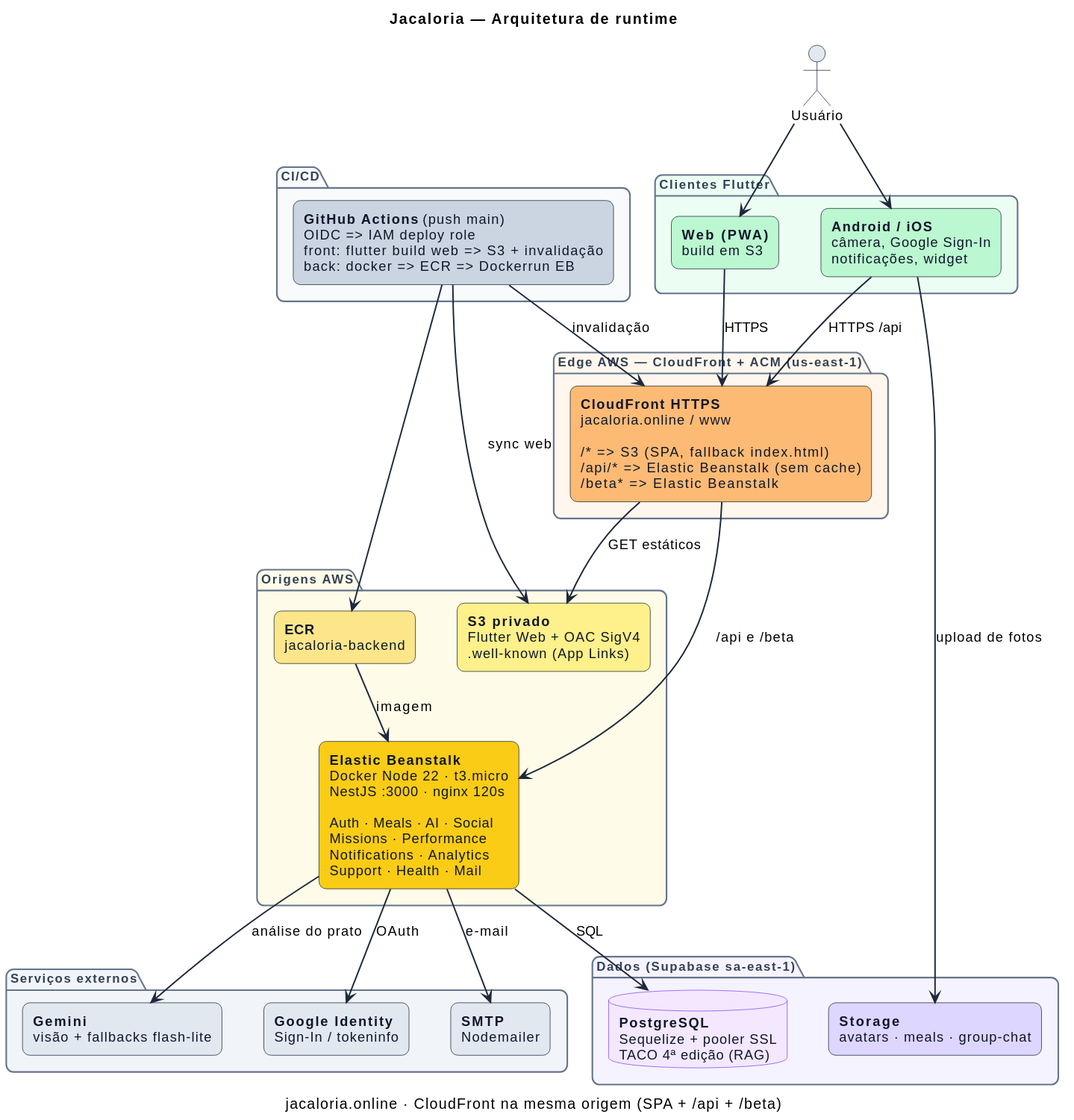
Before: docs/architecture.svg, a diagram exported from PlantUML (israelhub/JacalorIA-CONTADOR-DE-CALORIAS). Its diagram source:
```plantuml
@startuml
title Jacaloria — Arquitetura de runtime
caption jacaloria.online · CloudFront na mesma origem (SPA + /api + /beta)

skinparam shadowing false
skinparam roundCorner 14
skinparam defaultFontSize 13
skinparam ArrowColor #1E293B
skinparam ArrowThickness 1.4
skinparam nodesep 40
skinparam ranksep 50

skinparam rectangle {
  BorderColor #0F172A
  FontColor #0F172A
}
skinparam package {
  BackgroundColor #F8FAFC
  BorderColor #64748B
  FontColor #334155
  FontStyle bold
  FontSize 12
}
skinparam database {
  BackgroundColor #F3E8FF
  BorderColor #7C3AED
  FontColor #0F172A
}
skinparam actor {
  BackgroundColor #E2E8F0
  BorderColor #0F172A
}

actor "Usuário" as user

package "Clientes Flutter" as clientes #ECFDF3 {
  rectangle "**Web (PWA)**\nbuild em S3" as web #BBF7D0
  rectangle "**Android / iOS**\ncâmera, Google Sign-In\nnotificações, widget" as mobile #BBF7D0
}

package "Edge AWS — CloudFront + ACM (us-east-1)" as edge #FFF7ED {
  rectangle "**CloudFront HTTPS**\njacaloria.online / www\n\n/*  =>  S3 (SPA, fallback index.html)\n/api/*  =>  Elastic Beanstalk (sem cache)\n/beta*  =>  Elastic Beanstalk" as cf #FDBA74
}

package "Origens AWS" as aws #FEFCE8 {
  rectangle "**S3 privado**\nFlutter Web + OAC SigV4\n.well-known (App Links)" as s3 #FEF08A
  rectangle "**Elastic Beanstalk**\nDocker Node 22 · t3.micro\nNestJS :3000 · nginx 120s\n\nAuth · Meals · AI · Social\nMissions · Performance\nNotifications · Analytics\nSupport · Health · Mail" as eb #FACC15
  rectangle "**ECR**\njacaloria-backend" as ecr #FDE68A
}

package "Dados (Supabase sa-east-1)" as data #F5F3FF {
  database "**PostgreSQL**\nSequelize + pooler SSL\nTACO 4ª edição (RAG)" as pg
  rectangle "**Storage**\navatars · meals · group-chat" as storage #DDD6FE
}

package "Serviços externos" as ext #F1F5F9 {
  rectangle "**Gemini**\nvisão + fallbacks flash-lite" as gemini #E2E8F0
  rectangle "**Google Identity**\nSign-In / tokeninfo" as google #E2E8F0
  rectangle "**SMTP**\nNodemailer" as smtp #E2E8F0
}

package "CI/CD" as cicd #F8FAFC {
  rectangle "**GitHub Actions** (push main)\nOIDC => IAM deploy role\nfront: flutter build web => S3 + invalidação\nback: docker => ECR => Dockerrun EB" as gha #CBD5E1
}

user --> web
user --> mobile

web -down-> cf : HTTPS
mobile -down-> cf : HTTPS /api
mobile -down-> storage : upload de fotos

cf -down-> s3 : GET estáticos
cf -down-> eb : /api e /beta

eb -down-> pg : SQL
eb -down-> gemini : análise do prato
eb -down-> google : OAuth
eb -down-> smtp : e-mail

gha -down-> ecr
ecr -down-> eb : imagem
gha -down-> s3 : sync web
gha -down-> cf : invalidação
@enduml
```
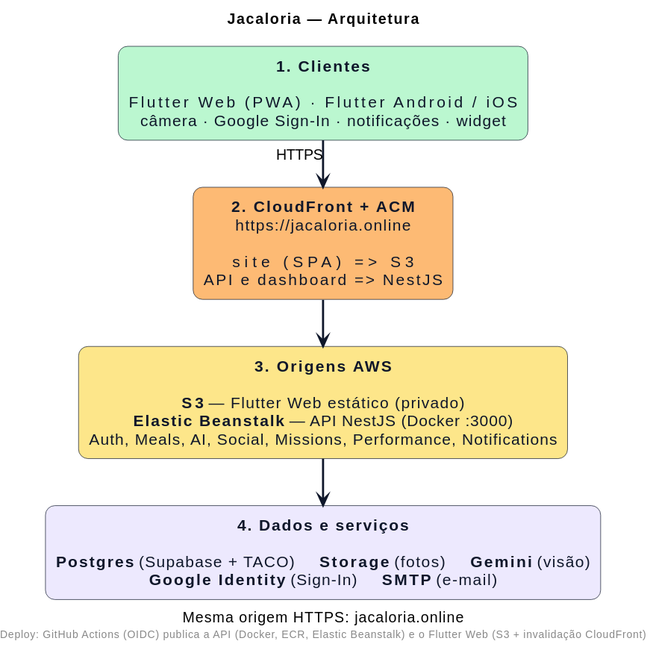
Later version of the same file.

Commit message:
docs: simplifica o diagrama de arquitetura em 4 camadas

Diff of the diagram source:
```diff
@@ -1,85 +1,35 @@
 @startuml
-title Jacaloria — Arquitetura de runtime
-caption jacaloria.online · CloudFront na mesma origem (SPA + /api + /beta)
+title Jacaloria — Arquitetura
+caption Mesma origem HTTPS: jacaloria.online
+footer Deploy: GitHub Actions (OIDC) publica a API (Docker, ECR, Elastic Beanstalk) e o Flutter Web (S3 + invalidação CloudFront)
 
 skinparam shadowing false
-skinparam roundCorner 14
-skinparam defaultFontSize 13
-skinparam ArrowColor #1E293B
-skinparam ArrowThickness 1.4
-skinparam nodesep 40
-skinparam ranksep 50
+skinparam roundCorner 18
+skinparam defaultFontSize 15
+skinparam defaultTextAlignment center
+skinparam ArrowColor #0F172A
+skinparam ArrowThickness 2
+skinparam ArrowFontSize 14
+skinparam ranksep 45
+skinparam linetype ortho
 
 skinparam rectangle {
   BorderColor #0F172A
   FontColor #0F172A
-}
-skinparam package {
-  BackgroundColor #F8FAFC
-  BorderColor #64748B
-  FontColor #334155
-  FontStyle bold
-  FontSize 12
-}
-skinparam database {
-  BackgroundColor #F3E8FF
-  BorderColor #7C3AED
-  FontColor #0F172A
-}
-skinparam actor {
-  BackgroundColor #E2E8F0
-  BorderColor #0F172A
+  FontSize 15
 }
 
-actor "Usuário" as user
+top to bottom direction
 
-package "Clientes Flutter" as clientes #ECFDF3 {
-  rectangle "**Web (PWA)**\nbuild em S3" as web #BBF7D0
-  rectangle "**Android / iOS**\ncâmera, Google Sign-In\nnotificações, widget" as mobile #BBF7D0
-}
+rectangle "**1. Clientes**\n\nFlutter Web (PWA)        ·        Flutter Android / iOS\ncâmera · Google Sign-In · notificações · widget" as clientes #BBF7D0
 
-package "Edge AWS — CloudFront + ACM (us-east-1)" as edge #FFF7ED {
-  rectangle "**CloudFront HTTPS**\njacaloria.online / www\n\n/*  =>  S3 (SPA, fallback index.html)\n/api/*  =>  Elastic Beanstalk (sem cache)\n/beta*  =>  Elastic Beanstalk" as cf #FDBA74
-}
+rectangle "**2. CloudFront + ACM**\nhttps://jacaloria.online\n\nsite (SPA)          =>  S3\nAPI e dashboard     =>  NestJS" as edge #FDBA74
 
-package "Origens AWS" as aws #FEFCE8 {
-  rectangle "**S3 privado**\nFlutter Web + OAC SigV4\n.well-known (App Links)" as s3 #FEF08A
-  rectangle "**Elastic Beanstalk**\nDocker Node 22 · t3.micro\nNestJS :3000 · nginx 120s\n\nAuth · Meals · AI · Social\nMissions · Performance\nNotifications · Analytics\nSupport · Health · Mail" as eb #FACC15
-  rectangle "**ECR**\njacaloria-backend" as ecr #FDE68A
-}
+rectangle "**3. Origens AWS**\n\n**S3** — Flutter Web estático (privado)\n**Elastic Beanstalk** — API NestJS (Docker :3000)\nAuth, Meals, AI, Social, Missions, Performance, Notifications" as aws #FDE68A
 
-package "Dados (Supabase sa-east-1)" as data #F5F3FF {
-  database "**PostgreSQL**\nSequelize + pooler SSL\nTACO 4ª edição (RAG)" as pg
-  rectangle "**Storage**\navatars · meals · group-chat" as storage #DDD6FE
-}
+rectangle "**4. Dados e serviços**\n\n**Postgres** (Supabase + TACO)     **Storage** (fotos)     **Gemini** (visão)\n**Google Identity** (Sign-In)     **SMTP** (e-mail)" as deps #EDE9FE
 
-package "Serviços externos" as ext #F1F5F9 {
-  rectangle "**Gemini**\nvisão + fallbacks flash-lite" as gemini #E2E8F0
-  rectangle "**Google Identity**\nSign-In / tokeninfo" as google #E2E8F0
-  rectangle "**SMTP**\nNodemailer" as smtp #E2E8F0
-}
-
-package "CI/CD" as cicd #F8FAFC {
-  rectangle "**GitHub Actions** (push main)\nOIDC => IAM deploy role\nfront: flutter build web => S3 + invalidação\nback: docker => ECR => Dockerrun EB" as gha #CBD5E1
-}
-
-user --> web
-user --> mobile
-
-web -down-> cf : HTTPS
-mobile -down-> cf : HTTPS /api
-mobile -down-> storage : upload de fotos
-
-cf -down-> s3 : GET estáticos
-cf -down-> eb : /api e /beta
-
-eb -down-> pg : SQL
-eb -down-> gemini : análise do prato
-eb -down-> google : OAuth
-eb -down-> smtp : e-mail
-
-gha -down-> ecr
-ecr -down-> eb : imagem
-gha -down-> s3 : sync web
-gha -down-> cf : invalidação
+clientes -down-> edge : HTTPS
+edge -down-> aws
+aws -down-> deps
 @enduml
```
